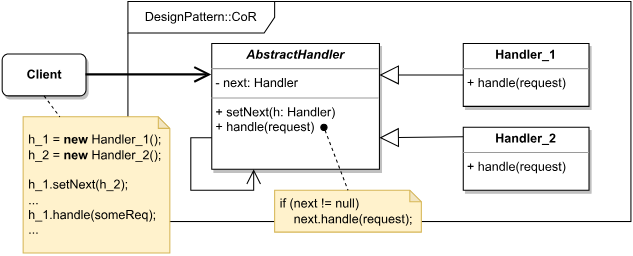
This is ChainOfResponsibility/CoR.svg from safar-jn/design-patterns, a draw.io export, as it was before one commit. Source tidied: cells renumbered, new cells last; positions are measured from the earlier drawing's top-left corner, leaving out a move shared by most shapes.
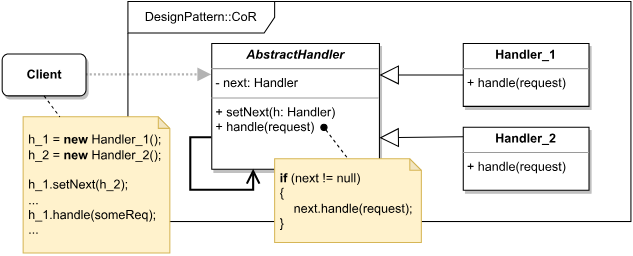
After the change.

Commit message:
feat(chain-of-responsibility): refactor image

What changed in the source:
```diff
@@ -2,6 +2,9 @@
   <root>
     <mxCell id="0" />
     <mxCell id="1" parent="0" />
+    <mxCell id="12" style="endArrow=block;endFill=1;endSize=8;html=1;rounded=0;exitX=1;exitY=0.5;exitDx=0;exitDy=0;entryX=0;entryY=0.25;entryDx=0;entryDy=0;strokeWidth=2;fontSize=12;strokeColor=#B3B3B3;startSize=14;shadow=0;sketch=0;dashed=1;dashPattern=1 1;" parent="1" edge="1" source="11" target="3">
+      <mxGeometry relative="1" as="geometry" />
+    </mxCell>
     <mxCell id="2" value="DesignPattern::CoR" style="shape=umlFrame;whiteSpace=wrap;html=1;width=140;height=30;" parent="1" vertex="1">
       <mxGeometry x="120" width="480" height="210" as="geometry" />
     </mxCell>
@@ -14,19 +17,19 @@
     <mxCell id="5" style="endArrow=block;endSize=16;endFill=0;html=1;rounded=0;entryX=1;entryY=0.25;entryDx=0;entryDy=0;exitX=0;exitY=0.5;exitDx=0;exitDy=0;" parent="1" edge="1" source="4" target="3">
       <mxGeometry relative="1" as="geometry" />
     </mxCell>
-    <mxCell id="6" value="&amp;nbsp;if (next != null)&lt;br&gt;&amp;nbsp; &amp;nbsp; &amp;nbsp;next.handle(request);" style="shape=note;whiteSpace=wrap;html=1;backgroundOutline=1;darkOpacity=0.05;size=11;fillColor=#fff2cc;strokeColor=#d6b656;align=left;" parent="1" vertex="1">
-      <mxGeometry x="260" y="180" width="140" height="40" as="geometry" />
-    </mxCell>
-    <mxCell id="7" style="endArrow=none;dashed=1;html=1;rounded=0;startArrow=oval;startFill=1;entryX=0.5;entryY=0;entryDx=0;entryDy=0;entryPerimeter=0;exitX=0.669;exitY=0.667;exitDx=0;exitDy=0;exitPerimeter=0;" parent="1" edge="1" source="3" target="6">
-      <mxGeometry relative="1" as="geometry" />
-    </mxCell>
+    <mxCell id="15" value="&amp;nbsp;&lt;b&gt;if &lt;/b&gt;(next != null)&lt;br&gt;&amp;nbsp;{&lt;br&gt;&lt;span style=&quot;&quot;&gt;&#9;&lt;/span&gt;&amp;nbsp; &amp;nbsp; &amp;nbsp;next.handle(request);&lt;br&gt;&amp;nbsp;}" style="shape=note;whiteSpace=wrap;html=1;backgroundOutline=1;darkOpacity=0.05;size=11;fillColor=#fff2cc;strokeColor=#d6b656;align=left;" parent="1" vertex="1">
+      <mxGeometry x="260" y="150" width="140" height="80" as="geometry" />
+    </mxCell>
+    <mxCell id="16" style="endArrow=none;dashed=1;html=1;rounded=0;startArrow=oval;startFill=1;entryX=0.5;entryY=0;entryDx=0;entryDy=0;entryPerimeter=0;exitX=0.669;exitY=0.667;exitDx=0;exitDy=0;exitPerimeter=0;" parent="1" edge="1" source="3" target="15">
+      <mxGeometry relative="1" as="geometry" />
+    </mxCell>
     <mxCell id="8" value="&lt;p style=&quot;margin:0px;margin-top:4px;text-align:center;&quot;&gt;&lt;b&gt;Handler_2&lt;/b&gt;&lt;/p&gt;&lt;hr size=&quot;1&quot;&gt;&lt;p style=&quot;margin:0px;margin-left:4px;&quot;&gt;&lt;/p&gt;&lt;p style=&quot;margin:0px;margin-left:4px;&quot;&gt;&lt;span style=&quot;background-color: initial;&quot;&gt;+ handle(request)&lt;/span&gt;&lt;br&gt;&lt;/p&gt;" style="verticalAlign=top;align=left;overflow=fill;fontSize=12;fontFamily=Helvetica;html=1;shadow=1;" parent="1" vertex="1">
       <mxGeometry x="440" y="120" width="120" height="60" as="geometry" />
     </mxCell>
     <mxCell id="9" style="endArrow=block;endSize=16;endFill=0;html=1;rounded=0;entryX=1;entryY=0.75;entryDx=0;entryDy=0;exitX=0;exitY=0.151;exitDx=0;exitDy=0;exitPerimeter=0;" parent="1" edge="1" source="8" target="3">
       <mxGeometry relative="1" as="geometry" />
     </mxCell>
-    <mxCell id="10" style="endArrow=open;endFill=1;endSize=12;html=1;rounded=0;exitX=0;exitY=0.75;exitDx=0;exitDy=0;entryX=0.25;entryY=1;entryDx=0;entryDy=0;" parent="1" edge="1" source="3" target="3">
+    <mxCell id="10" style="endArrow=open;endFill=1;endSize=10;html=1;rounded=0;exitX=0;exitY=0.75;exitDx=0;exitDy=0;entryX=0.25;entryY=1;entryDx=0;entryDy=0;strokeWidth=2;" parent="1" edge="1" source="3" target="3">
       <mxGeometry relative="1" as="geometry">
         <Array as="points">
           <mxPoint x="180" y="130" />
@@ -38,9 +41,6 @@
     <mxCell id="11" value="&lt;b&gt;Client&lt;/b&gt;" style="html=1;shadow=1;rounded=1;" parent="1" vertex="1">
       <mxGeometry y="50" width="80" height="40" as="geometry" />
     </mxCell>
-    <mxCell id="12" style="endArrow=open;endFill=1;endSize=12;html=1;rounded=0;exitX=1;exitY=0.5;exitDx=0;exitDy=0;entryX=0;entryY=0.25;entryDx=0;entryDy=0;strokeWidth=2;" parent="1" edge="1" source="11" target="3">
-      <mxGeometry relative="1" as="geometry" />
-    </mxCell>
     <mxCell id="13" value="&amp;nbsp;h_1 = &lt;b&gt;new &lt;/b&gt;Handler_1();&lt;br&gt;&amp;nbsp;h_2 = &lt;b&gt;new &lt;/b&gt;Handler_2();&lt;br&gt;&lt;br&gt;&amp;nbsp;h_1.setNext(h_2);&lt;br&gt;&amp;nbsp;...&lt;br&gt;&amp;nbsp;h_1.handle(someReq);&lt;br&gt;&amp;nbsp;..." style="shape=note;whiteSpace=wrap;html=1;backgroundOutline=1;darkOpacity=0.05;size=11;fillColor=#fff2cc;strokeColor=#d6b656;align=left;" parent="1" vertex="1">
       <mxGeometry x="20" y="110" width="140" height="130" as="geometry" />
     </mxCell>
```
